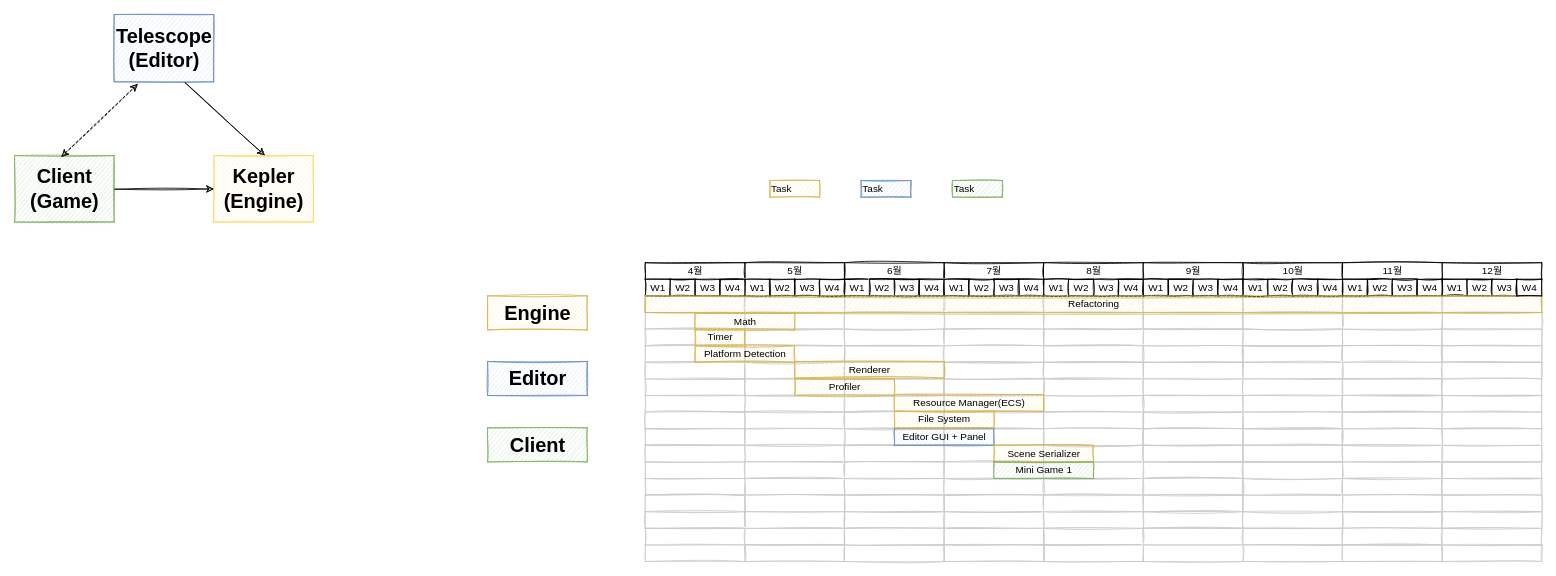
Earlier version of the draw.io diagram Documents/프로젝트구조-및-일정-임시.drawio (Hamsik2rang/Kepler). Source tidied: cells renumbered, new cells numbered last; positions are measured from the earlier drawing's top-left corner, leaving out a move shared by most shapes. Both pictures are drawn from the tidied source at 83%, with x=0, y=0 at pixel (14, 14).
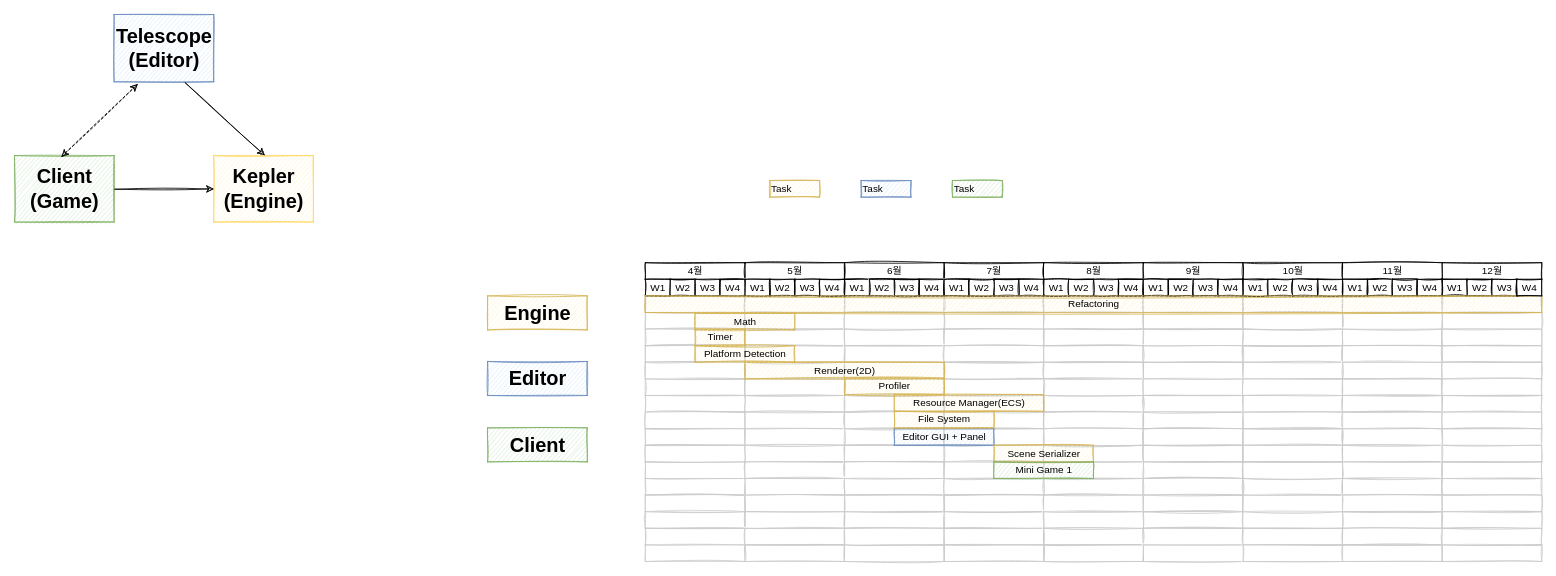
The same page after the edit.

Commit message (it also covers changes not shown here):
docs: 5월 1일 회의록 추가

What changed in the source:
```diff
@@
-    <mxCell id="205" value="Renderer" style="align=center;strokeColor=#d6b656;html=1;fillColor=#fff2cc;sketch=1;" parent="1" vertex="1">
-      <mxGeometry x="940" y="418" width="180" height="20" as="geometry" />
+    <mxCell id="205" value="Renderer(2D)" style="align=center;strokeColor=#d6b656;html=1;fillColor=#fff2cc;sketch=1;" parent="1" vertex="1">
+      <mxGeometry x="880" y="419" width="240" height="20" as="geometry" />
     </mxCell>
@@
     <mxCell id="207" value="Profiler" style="align=center;strokeColor=#d6b656;html=1;fillColor=#fff2cc;sketch=1;" parent="1" vertex="1">
-      <mxGeometry x="940" y="439" width="120" height="20" as="geometry" />
+      <mxGeometry x="1000" y="438" width="120" height="20" as="geometry" />
     </mxCell>
```
